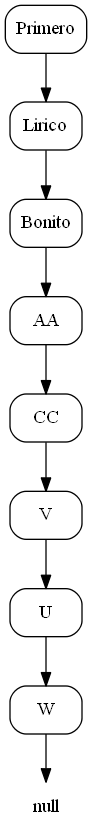
The Graphviz diagram DocsReportes/PreOrden.png in jessicabp19/EDD_1S2020_PY2_201800535, before a commit. Its source is kept beside it as DocsReportes/PreOrden.dot. The source it was exported from:
```dot
digraph D {
start[shape = box style = rounded label = "Primero"];
start-> nodo0;
nodo0[shape = record style = rounded label = "Lirico"];
nodo0->nodo1;
nodo1[shape = record style = rounded label = "Bonito"];
nodo1->nodo2;
nodo2[shape = record style = rounded label = "AA"];
nodo2->nodo3;
nodo3[shape = record style = rounded label = "CC"];
nodo3->nodo4;
nodo4[shape = record style = rounded label = "V"];
nodo4->nodo5;
nodo5[shape = record style = rounded label = "U"];
nodo5->nodo6;
nodo6[shape = record style = rounded label = "W"];
nodo6->end;
end[shape = none label = "null"];
}
```
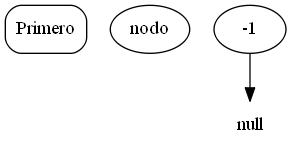
Above is the later version.

Change to the diagram source:
```diff
@@ -1,19 +1,5 @@
 digraph D {
 start[shape = box style = rounded label = "Primero"];
-start-> nodo0;
-nodo0[shape = record style = rounded label = "Lirico"];
-nodo0->nodo1;
-nodo1[shape = record style = rounded label = "Bonito"];
-nodo1->nodo2;
-nodo2[shape = record style = rounded label = "AA"];
-nodo2->nodo3;
-nodo3[shape = record style = rounded label = "CC"];
-nodo3->nodo4;
-nodo4[shape = record style = rounded label = "V"];
-nodo4->nodo5;
-nodo5[shape = record style = rounded label = "U"];
-nodo5->nodo6;
-nodo6[shape = record style = rounded label = "W"];
-nodo6->end;
+nodo-1->end;
 end[shape = none label = "null"];
 }
```
